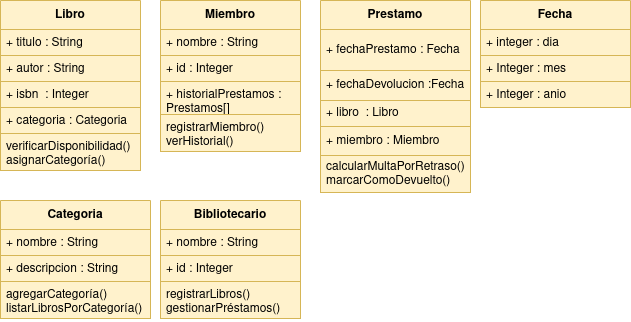
The draw.io diagram Sistema de Gestión de Bibliotecas.png in alejandrosalazargonzalez/asociacion, before a commit. Source tidied: cells renumbered, new cells last; positions are measured from the earlier drawing's top-left corner, leaving out a move shared by most shapes.
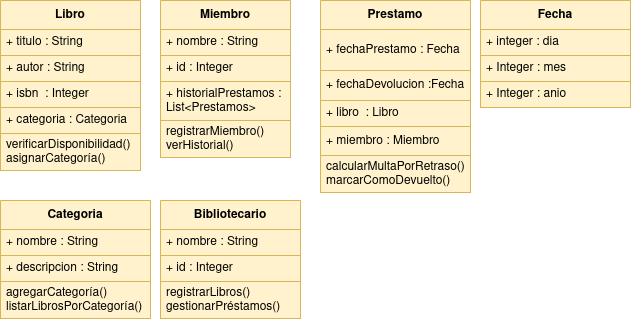
After the change.

Diff of the diagram source:
```diff
@@ -5,35 +5,35 @@
     <mxCell id="2" value="Libro" style="swimlane;fontStyle=1;align=center;verticalAlign=middle;horizontal=1;startSize=29;html=1;whiteSpace=wrap;fillColor=#fff2cc;strokeColor=#d6b656;" parent="1" vertex="1">
       <mxGeometry width="140" height="170" as="geometry" />
     </mxCell>
-    <mxCell id="3" value="+ titulo : String" style="text;strokeColor=#d6b656;fillColor=#fff2cc;align=left;verticalAlign=top;spacingLeft=4;spacingRight=4;overflow=hidden;whiteSpace=wrap;html=1;" parent="2" vertex="1">
+    <mxCell id="3" value="+ titulo : String" style="text;strokeColor=#d6b656;fillColor=#fff2cc;align=left;verticalAlign=middle;spacingLeft=4;spacingRight=4;overflow=hidden;whiteSpace=wrap;html=1;" parent="2" vertex="1">
       <mxGeometry y="29" width="140" height="26" as="geometry" />
     </mxCell>
-    <mxCell id="4" value="+ autor : String" style="text;strokeColor=#d6b656;fillColor=#fff2cc;align=left;verticalAlign=top;spacingLeft=4;spacingRight=4;overflow=hidden;whiteSpace=wrap;html=1;" parent="2" vertex="1">
+    <mxCell id="4" value="+ autor : String" style="text;strokeColor=#d6b656;fillColor=#fff2cc;align=left;verticalAlign=middle;spacingLeft=4;spacingRight=4;overflow=hidden;whiteSpace=wrap;html=1;" parent="2" vertex="1">
       <mxGeometry y="55" width="140" height="26" as="geometry" />
     </mxCell>
-    <mxCell id="5" value="+ isbn&amp;nbsp; : Integer" style="text;strokeColor=#d6b656;fillColor=#fff2cc;align=left;verticalAlign=top;spacingLeft=4;spacingRight=4;overflow=hidden;whiteSpace=wrap;html=1;" parent="2" vertex="1">
+    <mxCell id="5" value="+ isbn&amp;nbsp; : Integer" style="text;strokeColor=#d6b656;fillColor=#fff2cc;align=left;verticalAlign=middle;spacingLeft=4;spacingRight=4;overflow=hidden;whiteSpace=wrap;html=1;" parent="2" vertex="1">
       <mxGeometry y="81" width="140" height="26" as="geometry" />
     </mxCell>
-    <mxCell id="6" value="+ categoria : Categoria" style="text;strokeColor=#d6b656;fillColor=#fff2cc;align=left;verticalAlign=top;spacingLeft=4;spacingRight=4;overflow=hidden;whiteSpace=wrap;html=1;" parent="2" vertex="1">
+    <mxCell id="6" value="+ categoria : Categoria" style="text;strokeColor=#d6b656;fillColor=#fff2cc;align=left;verticalAlign=middle;spacingLeft=4;spacingRight=4;overflow=hidden;whiteSpace=wrap;html=1;" parent="2" vertex="1">
       <mxGeometry y="107" width="140" height="26" as="geometry" />
     </mxCell>
-    <mxCell id="7" value="&lt;div&gt;verificarDisponibilidad()&lt;/div&gt;&lt;div&gt;asignarCategoría()&lt;br&gt;&lt;/div&gt;" style="text;strokeColor=#d6b656;fillColor=#fff2cc;align=left;verticalAlign=top;spacingLeft=4;spacingRight=4;overflow=hidden;whiteSpace=wrap;html=1;" parent="2" vertex="1">
+    <mxCell id="7" value="&lt;div&gt;verificarDisponibilidad()&lt;/div&gt;&lt;div&gt;asignarCategoría()&lt;br&gt;&lt;/div&gt;" style="text;strokeColor=#d6b656;fillColor=#fff2cc;align=left;verticalAlign=middle;spacingLeft=4;spacingRight=4;overflow=hidden;whiteSpace=wrap;html=1;" parent="2" vertex="1">
       <mxGeometry y="133" width="140" height="37" as="geometry" />
     </mxCell>
     <mxCell id="8" value="Miembro" style="swimlane;fontStyle=1;align=center;verticalAlign=middle;horizontal=1;startSize=29;html=1;whiteSpace=wrap;fillColor=#fff2cc;strokeColor=#d6b656;" parent="1" vertex="1">
-      <mxGeometry x="160" width="140" height="151" as="geometry" />
+      <mxGeometry x="160" width="130" height="157" as="geometry" />
     </mxCell>
-    <mxCell id="9" value="+ nombre : String" style="text;strokeColor=#d6b656;fillColor=#fff2cc;align=left;verticalAlign=top;spacingLeft=4;spacingRight=4;overflow=hidden;whiteSpace=wrap;html=1;" parent="8" vertex="1">
-      <mxGeometry y="29" width="140" height="26" as="geometry" />
+    <mxCell id="9" value="+ nombre : String" style="text;strokeColor=#d6b656;fillColor=#fff2cc;align=left;verticalAlign=middle;spacingLeft=4;spacingRight=4;overflow=hidden;whiteSpace=wrap;html=1;" parent="8" vertex="1">
+      <mxGeometry y="29" width="130" height="26" as="geometry" />
     </mxCell>
-    <mxCell id="10" value="+ id : Integer" style="text;strokeColor=#d6b656;fillColor=#fff2cc;align=left;verticalAlign=top;spacingLeft=4;spacingRight=4;overflow=hidden;whiteSpace=wrap;html=1;" parent="8" vertex="1">
-      <mxGeometry y="55" width="140" height="26" as="geometry" />
+    <mxCell id="10" value="+ id : Integer" style="text;strokeColor=#d6b656;fillColor=#fff2cc;align=left;verticalAlign=middle;spacingLeft=4;spacingRight=4;overflow=hidden;whiteSpace=wrap;html=1;" parent="8" vertex="1">
+      <mxGeometry y="55" width="130" height="26" as="geometry" />
     </mxCell>
-    <mxCell id="11" value="+ historialPrestamos : Prestamos[]" style="text;strokeColor=#d6b656;fillColor=#fff2cc;align=left;verticalAlign=top;spacingLeft=4;spacingRight=4;overflow=hidden;whiteSpace=wrap;html=1;" parent="8" vertex="1">
-      <mxGeometry y="81" width="140" height="33" as="geometry" />
+    <mxCell id="11" value="+ historialPrestamos : List&amp;lt;Prestamos&amp;gt;" style="text;strokeColor=#d6b656;fillColor=#fff2cc;align=left;verticalAlign=middle;spacingLeft=4;spacingRight=4;overflow=hidden;whiteSpace=wrap;html=1;" parent="8" vertex="1">
+      <mxGeometry y="81" width="130" height="39" as="geometry" />
     </mxCell>
-    <mxCell id="12" value="&lt;div&gt;registrarMiembro()&lt;/div&gt;&lt;div&gt;verHistorial()&lt;br&gt;&lt;/div&gt;" style="text;strokeColor=#d6b656;fillColor=#fff2cc;align=left;verticalAlign=top;spacingLeft=4;spacingRight=4;overflow=hidden;whiteSpace=wrap;html=1;" parent="8" vertex="1">
-      <mxGeometry y="114" width="140" height="37" as="geometry" />
+    <mxCell id="12" value="&lt;div&gt;registrarMiembro()&lt;/div&gt;&lt;div&gt;verHistorial()&lt;br&gt;&lt;/div&gt;" style="text;strokeColor=#d6b656;fillColor=#fff2cc;align=left;verticalAlign=middle;spacingLeft=4;spacingRight=4;overflow=hidden;whiteSpace=wrap;html=1;" parent="8" vertex="1">
+      <mxGeometry y="120" width="130" height="37" as="geometry" />
     </mxCell>
     <mxCell id="13" value="&lt;strong&gt;Prestamo&lt;/strong&gt;" style="swimlane;fontStyle=1;align=center;verticalAlign=middle;horizontal=1;startSize=29;html=1;whiteSpace=wrap;fillColor=#fff2cc;strokeColor=#d6b656;" parent="1" vertex="1">
       <mxGeometry x="320" width="150" height="192" as="geometry" />
@@ -56,37 +56,37 @@
     <mxCell id="19" value="Fecha" style="swimlane;fontStyle=1;align=center;verticalAlign=middle;horizontal=1;startSize=29;html=1;whiteSpace=wrap;fillColor=#fff2cc;strokeColor=#d6b656;" parent="1" vertex="1">
       <mxGeometry x="480" width="150" height="107" as="geometry" />
     </mxCell>
-    <mxCell id="20" value="+ integer : dia" style="text;strokeColor=#d6b656;fillColor=#fff2cc;align=left;verticalAlign=top;spacingLeft=4;spacingRight=4;overflow=hidden;whiteSpace=wrap;html=1;" parent="19" vertex="1">
+    <mxCell id="20" value="+ integer : dia" style="text;strokeColor=#d6b656;fillColor=#fff2cc;align=left;verticalAlign=middle;spacingLeft=4;spacingRight=4;overflow=hidden;whiteSpace=wrap;html=1;" parent="19" vertex="1">
       <mxGeometry y="29" width="150" height="26" as="geometry" />
     </mxCell>
-    <mxCell id="21" value="+ Integer : mes" style="text;strokeColor=#d6b656;fillColor=#fff2cc;align=left;verticalAlign=top;spacingLeft=4;spacingRight=4;overflow=hidden;whiteSpace=wrap;html=1;" parent="19" vertex="1">
+    <mxCell id="21" value="+ Integer : mes" style="text;strokeColor=#d6b656;fillColor=#fff2cc;align=left;verticalAlign=middle;spacingLeft=4;spacingRight=4;overflow=hidden;whiteSpace=wrap;html=1;" parent="19" vertex="1">
       <mxGeometry y="55" width="150" height="26" as="geometry" />
     </mxCell>
-    <mxCell id="22" value="+ Integer : anio" style="text;strokeColor=#d6b656;fillColor=#fff2cc;align=left;verticalAlign=top;spacingLeft=4;spacingRight=4;overflow=hidden;whiteSpace=wrap;html=1;" parent="19" vertex="1">
+    <mxCell id="22" value="+ Integer : anio" style="text;strokeColor=#d6b656;fillColor=#fff2cc;align=left;verticalAlign=middle;spacingLeft=4;spacingRight=4;overflow=hidden;whiteSpace=wrap;html=1;" parent="19" vertex="1">
       <mxGeometry y="81" width="150" height="26" as="geometry" />
     </mxCell>
     <mxCell id="23" value="Bibliotecario" style="swimlane;fontStyle=1;align=center;verticalAlign=middle;horizontal=1;startSize=29;html=1;whiteSpace=wrap;fillColor=#fff2cc;strokeColor=#d6b656;" parent="1" vertex="1">
       <mxGeometry x="160" y="200" width="140" height="118" as="geometry" />
     </mxCell>
-    <mxCell id="24" value="+ nombre : String" style="text;strokeColor=#d6b656;fillColor=#fff2cc;align=left;verticalAlign=top;spacingLeft=4;spacingRight=4;overflow=hidden;whiteSpace=wrap;html=1;" parent="23" vertex="1">
+    <mxCell id="24" value="+ nombre : String" style="text;strokeColor=#d6b656;fillColor=#fff2cc;align=left;verticalAlign=middle;spacingLeft=4;spacingRight=4;overflow=hidden;whiteSpace=wrap;html=1;" parent="23" vertex="1">
       <mxGeometry y="29" width="140" height="26" as="geometry" />
     </mxCell>
-    <mxCell id="25" value="+ id : Integer" style="text;strokeColor=#d6b656;fillColor=#fff2cc;align=left;verticalAlign=top;spacingLeft=4;spacingRight=4;overflow=hidden;whiteSpace=wrap;html=1;" parent="23" vertex="1">
+    <mxCell id="25" value="+ id : Integer" style="text;strokeColor=#d6b656;fillColor=#fff2cc;align=left;verticalAlign=middle;spacingLeft=4;spacingRight=4;overflow=hidden;whiteSpace=wrap;html=1;" parent="23" vertex="1">
       <mxGeometry y="55" width="140" height="26" as="geometry" />
     </mxCell>
-    <mxCell id="26" value="&lt;div&gt;registrarLibros()&lt;/div&gt;&lt;div&gt;gestionarPréstamos()&lt;br&gt;&lt;/div&gt;" style="text;strokeColor=#d6b656;fillColor=#fff2cc;align=left;verticalAlign=top;spacingLeft=4;spacingRight=4;overflow=hidden;whiteSpace=wrap;html=1;" parent="23" vertex="1">
+    <mxCell id="26" value="&lt;div&gt;registrarLibros()&lt;/div&gt;&lt;div&gt;gestionarPréstamos()&lt;br&gt;&lt;/div&gt;" style="text;strokeColor=#d6b656;fillColor=#fff2cc;align=left;verticalAlign=middle;spacingLeft=4;spacingRight=4;overflow=hidden;whiteSpace=wrap;html=1;" parent="23" vertex="1">
       <mxGeometry y="81" width="140" height="37" as="geometry" />
     </mxCell>
     <mxCell id="27" value="Categoria" style="swimlane;fontStyle=1;align=center;verticalAlign=middle;horizontal=1;startSize=29;html=1;whiteSpace=wrap;fillColor=#fff2cc;strokeColor=#d6b656;" parent="1" vertex="1">
       <mxGeometry y="200" width="150" height="118" as="geometry" />
     </mxCell>
-    <mxCell id="28" value="+ nombre : String" style="text;strokeColor=#d6b656;fillColor=#fff2cc;align=left;verticalAlign=top;spacingLeft=4;spacingRight=4;overflow=hidden;whiteSpace=wrap;html=1;" parent="27" vertex="1">
+    <mxCell id="28" value="+ nombre : String" style="text;strokeColor=#d6b656;fillColor=#fff2cc;align=left;verticalAlign=middle;spacingLeft=4;spacingRight=4;overflow=hidden;whiteSpace=wrap;html=1;" parent="27" vertex="1">
       <mxGeometry y="29" width="150" height="26" as="geometry" />
     </mxCell>
-    <mxCell id="29" value="+ descripcion : String" style="text;strokeColor=#d6b656;fillColor=#fff2cc;align=left;verticalAlign=top;spacingLeft=4;spacingRight=4;overflow=hidden;whiteSpace=wrap;html=1;" parent="27" vertex="1">
+    <mxCell id="29" value="+ descripcion : String" style="text;strokeColor=#d6b656;fillColor=#fff2cc;align=left;verticalAlign=middle;spacingLeft=4;spacingRight=4;overflow=hidden;whiteSpace=wrap;html=1;" parent="27" vertex="1">
       <mxGeometry y="55" width="150" height="26" as="geometry" />
     </mxCell>
-    <mxCell id="30" value="&lt;div&gt;agregarCategoría()&lt;/div&gt;&lt;div&gt;listarLibrosPorCategoría()&lt;br&gt;&lt;/div&gt;" style="text;strokeColor=#d6b656;fillColor=#fff2cc;align=left;verticalAlign=top;spacingLeft=4;spacingRight=4;overflow=hidden;whiteSpace=wrap;html=1;" parent="27" vertex="1">
+    <mxCell id="30" value="&lt;div&gt;agregarCategoría()&lt;/div&gt;&lt;div&gt;listarLibrosPorCategoría()&lt;br&gt;&lt;/div&gt;" style="text;strokeColor=#d6b656;fillColor=#fff2cc;align=left;verticalAlign=middle;spacingLeft=4;spacingRight=4;overflow=hidden;whiteSpace=wrap;html=1;" parent="27" vertex="1">
       <mxGeometry y="81" width="150" height="37" as="geometry" />
     </mxCell>
   </root>
```
